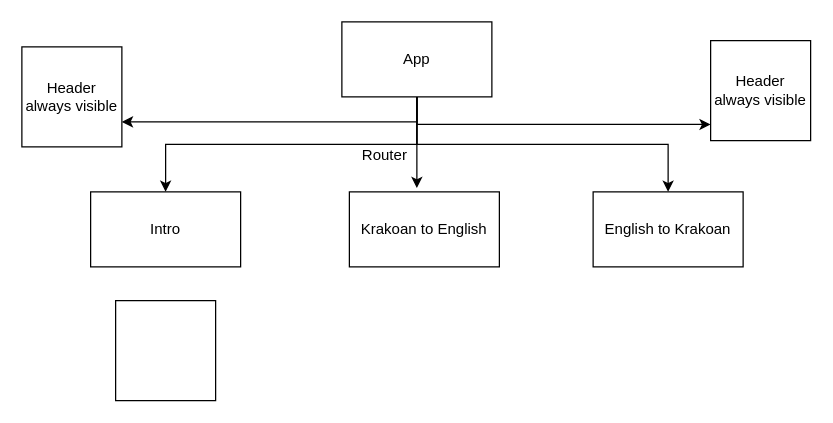
Earlier version of the draw.io diagram page "Data Flow" (6 of 6) of mockup-flowchart/mock-up-krakoan-translator.drawio (CaseyPitman/krakoan-translator). Source tidied: cells renumbered, new cells numbered last; positions are measured from the earlier drawing's top-left corner, leaving out a move shared by most shapes. Both pictures are drawn from the tidied source at 125%, with x=0, y=0 at pixel (21, 21).
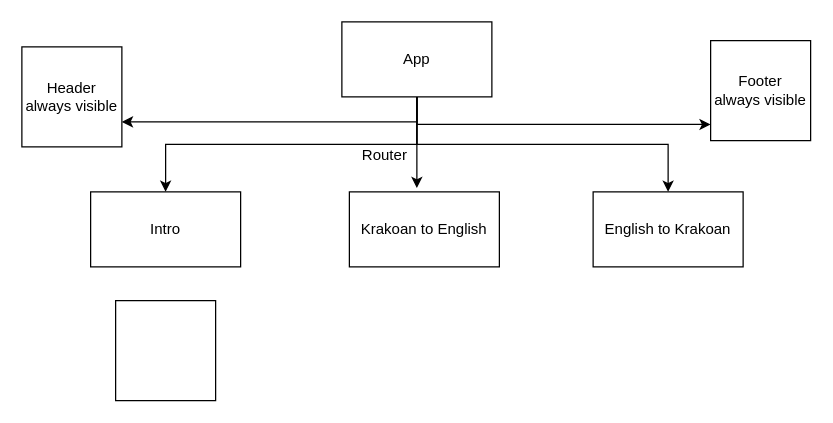
After the change.

What changed in the source:
```diff
@@
 <mxGraphModel>
   <root>
     <mxCell id="0" />
     <mxCell id="1" parent="0" />
     <mxCell id="2" style="edgeStyle=orthogonalEdgeStyle;rounded=0;jettySize=auto;html=1;entryX=0.45;entryY=-0.05;entryDx=0;entryDy=0;entryPerimeter=0;" parent="1" edge="1" source="7" target="9">
       <mxGeometry relative="1" as="geometry" />
     </mxCell>
     <mxCell id="3" style="edgeStyle=orthogonalEdgeStyle;rounded=0;jettySize=auto;html=1;exitX=0.5;exitY=1;exitDx=0;exitDy=0;entryX=0.5;entryY=0;entryDx=0;entryDy=0;" parent="1" edge="1" source="7" target="8">
       <mxGeometry relative="1" as="geometry" />
     </mxCell>
     <mxCell id="4" style="edgeStyle=orthogonalEdgeStyle;rounded=0;jettySize=auto;html=1;exitX=0.5;exitY=1;exitDx=0;exitDy=0;entryX=0.5;entryY=0;entryDx=0;entryDy=0;" parent="1" edge="1" source="7" target="10">
       <mxGeometry relative="1" as="geometry" />
     </mxCell>
     <mxCell id="5" style="edgeStyle=orthogonalEdgeStyle;rounded=0;jettySize=auto;html=1;exitX=0.5;exitY=1;exitDx=0;exitDy=0;entryX=1;entryY=0.75;entryDx=0;entryDy=0;" parent="1" edge="1" source="7" target="12">
       <mxGeometry relative="1" as="geometry" />
     </mxCell>
     <mxCell id="6" style="edgeStyle=orthogonalEdgeStyle;rounded=0;jettySize=auto;html=1;exitX=0.5;exitY=1;exitDx=0;exitDy=0;entryX=0;entryY=0.838;entryDx=0;entryDy=0;entryPerimeter=0;" parent="1" edge="1" source="7" target="14">
       <mxGeometry relative="1" as="geometry" />
     </mxCell>
     <mxCell id="7" value="App" style="rounded=0;whiteSpace=wrap;html=1;" parent="1" vertex="1">
       <mxGeometry x="256" width="120" height="60" as="geometry" />
     </mxCell>
     <mxCell id="8" value="Intro" style="rounded=0;whiteSpace=wrap;html=1;" parent="1" vertex="1">
       <mxGeometry x="55" y="136" width="120" height="60" as="geometry" />
     </mxCell>
     <mxCell id="9" value="Krakoan to English" style="rounded=0;whiteSpace=wrap;html=1;" parent="1" vertex="1">
       <mxGeometry x="262" y="136" width="120" height="60" as="geometry" />
     </mxCell>
     <mxCell id="10" value="English to Krakoan" style="rounded=0;whiteSpace=wrap;html=1;" parent="1" vertex="1">
       <mxGeometry x="457" y="136" width="120" height="60" as="geometry" />
     </mxCell>
     <mxCell id="11" value="Router" style="text;html=1;align=center;verticalAlign=middle;" parent="1" vertex="1">
       <mxGeometry x="267" y="98" width="46" height="18" as="geometry" />
     </mxCell>
     <mxCell id="12" value="Header&lt;br&gt;always visible" style="whiteSpace=wrap;html=1;" parent="1" vertex="1">
       <mxGeometry y="20" width="80" height="80" as="geometry" />
     </mxCell>
     <mxCell id="13" style="whiteSpace=wrap;html=1;" parent="1" vertex="1">
       <mxGeometry x="75" y="223" width="80" height="80" as="geometry" />
     </mxCell>
-    <mxCell id="14" value="Header&lt;br&gt;always visible" style="whiteSpace=wrap;html=1;" parent="1" vertex="1">
+    <mxCell id="14" value="Footer &lt;br&gt;always visible" style="whiteSpace=wrap;html=1;" parent="1" vertex="1">
       <mxGeometry x="551" y="15" width="80" height="80" as="geometry" />
     </mxCell>
   </root>
 </mxGraphModel>
```
